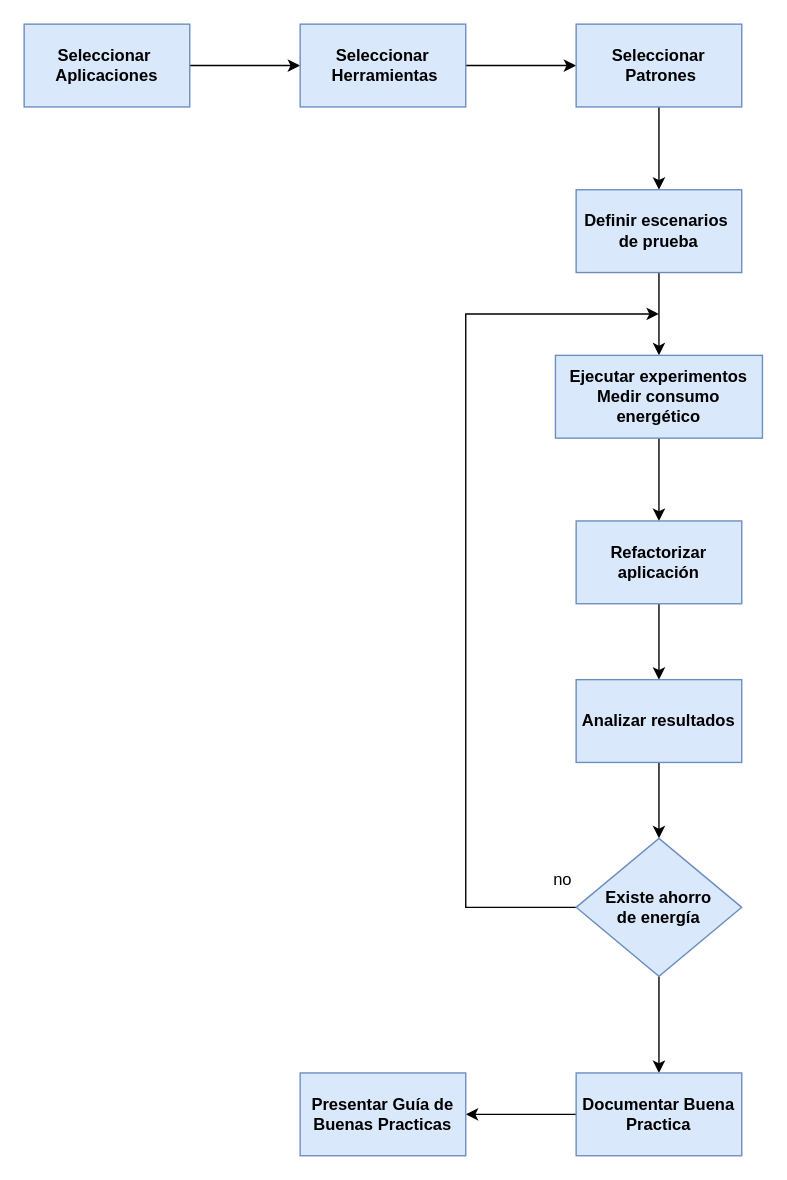
Above: Estrategia de trabajo.drawio in XimenaB01/AgendaDocente (draw.io), before the change. Source tidied: cells renumbered, new cells numbered last; positions are measured from the earlier drawing's top-left corner, leaving out a move shared by most shapes. Both pictures are drawn from the tidied source at 138%, with x=0, y=0 at pixel (23, 23).
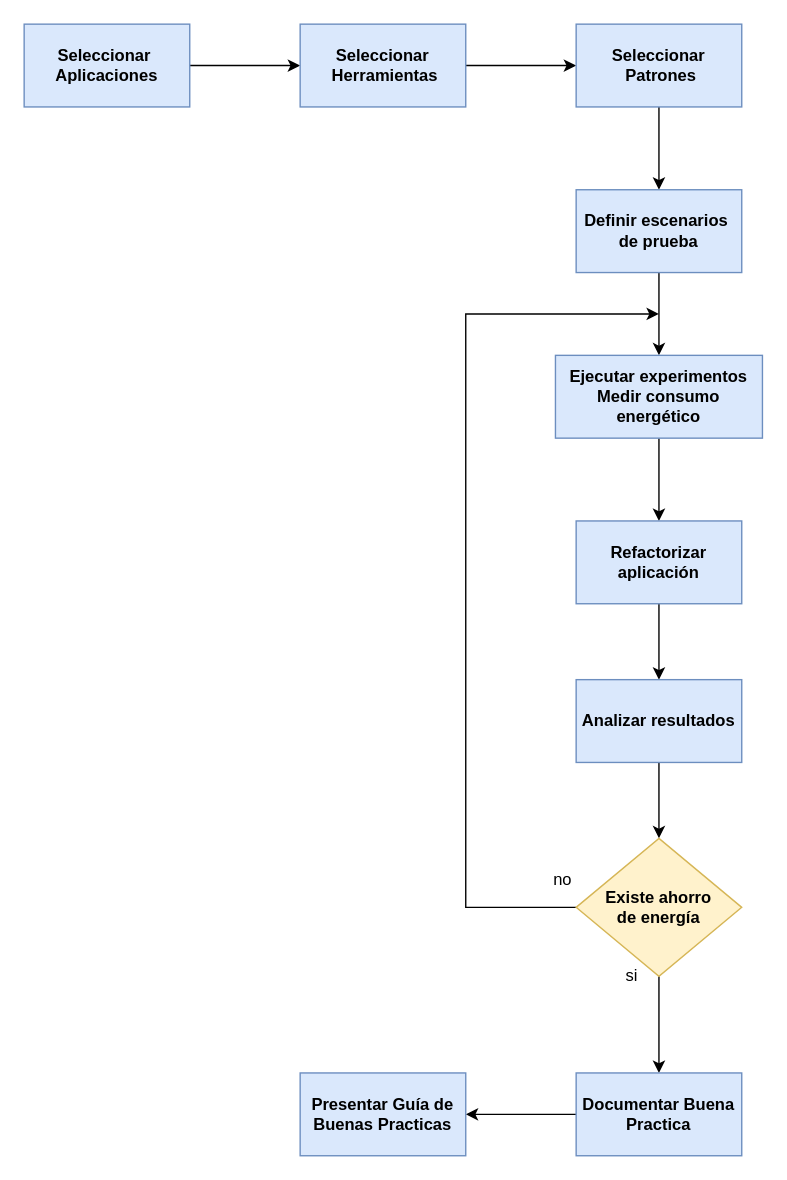
Above is the later version.

Change to the diagram source:
```diff
@@
-    <mxCell id="18" value="&lt;b&gt;Existe ahorro de&amp;nbsp;energía&lt;/b&gt;" style="rhombus;whiteSpace=wrap;html=1;fillColor=#dae8fc;strokeColor=#6c8ebf;rounded=0;" parent="1" vertex="1">
+    <mxCell id="18" value="&lt;b&gt;Existe ahorro de&amp;nbsp;energía&lt;/b&gt;" style="rhombus;whiteSpace=wrap;html=1;fillColor=#fff2cc;strokeColor=#d6b656;rounded=0;" parent="1" vertex="1">
       <mxGeometry x="400" y="590" width="120" height="100" as="geometry" />
     </mxCell>
@@
+    <mxCell id="23" value="si" style="text;html=1;align=center;verticalAlign=middle;strokeColor=none;fillColor=none;" parent="1" vertex="1">
+      <mxGeometry x="430" y="680" width="20" height="20" as="geometry" />
+    </mxCell>
```
